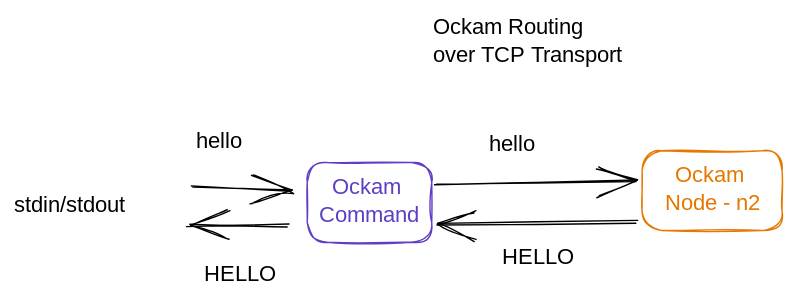
The Excalidraw diagram .gitbook/assets/file.excalidraw.svg in build-trust/ockam-documentation, before a commit. Source tidied: one line per element, renumbered; positions are measured from the earlier drawing's top-left corner, leaving out a move shared by most shapes.
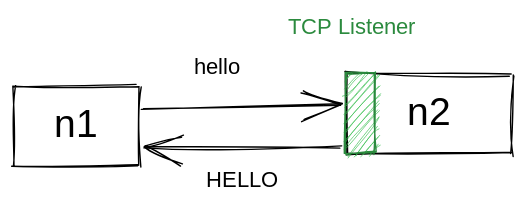
After the commit.

Commit message:
GITBOOK-890: change request with no subject merged in GitBook

What changed in the source:
```diff
@@ -1,14 +1,10 @@
-{"id": 0, "type": "rectangle", "strokeColor": "#5f3dc4", "strokeWidth": 1, "roughness": 1, "round": true, "x": 210, "y": 106, "width": 89, "height": 57}
+{"id": 0, "type": "rectangle", "strokeColor": "#000000", "strokeWidth": 1, "roughness": 1, "x": 211, "y": 107, "width": 89, "height": 57}
-{"id": 1, "type": "text", "text": "Ockam \nCommand", "strokeColor": "#5f3dc4", "strokeWidth": 1, "roughness": 1, "fontSize": 16, "fontFamily": 1, "textAlign": "center", "verticalAlign": "middle", "inside": 0, "x": 220, "y": 114, "width": 69, "height": 40}
+{"id": 1, "type": "text", "text": "n1", "strokeColor": "#000000", "strokeWidth": 1, "roughness": 1, "fontSize": 28, "fontFamily": 1, "textAlign": "center", "verticalAlign": "middle", "inside": 0, "x": 244, "y": 118, "width": 23, "height": 35}
-{"id": 2, "type": "rectangle", "strokeColor": "#e67700", "strokeWidth": 1, "roughness": 1, "round": true, "x": 449, "y": 98, "width": 100, "height": 57}
+{"id": 2, "type": "rectangle", "strokeColor": "#000000", "strokeWidth": 1, "roughness": 1, "x": 449, "y": 98, "width": 118, "height": 57}
-{"id": 3, "type": "text", "text": "Ockam \nNode - n2", "strokeColor": "#e67700", "strokeWidth": 1, "roughness": 1, "fontSize": 16, "fontFamily": 1, "textAlign": "center", "verticalAlign": "middle", "inside": 2, "x": 459, "y": 106, "width": 80, "height": 40}
+{"id": 3, "type": "text", "text": "n2", "strokeColor": "#000000", "strokeWidth": 1, "roughness": 1, "fontSize": 28, "fontFamily": 1, "textAlign": "center", "verticalAlign": "middle", "inside": 2, "x": 490, "y": 109, "width": 35, "height": 35}
-{"id": 4, "type": "arrow", "strokeColor": "#000000", "strokeWidth": 1, "roughness": 1, "endArrowhead": "arrow", "round": true, "to": 0, "x": 127, "y": 123, "width": 72, "height": 4, "points": [[0, 0], [72, 4]]}
-{"id": 5, "type": "arrow", "strokeColor": "#000000", "strokeWidth": 1, "roughness": 1, "endArrowhead": "arrow", "round": true, "from": 0, "to": 2, "x": 302, "y": 121, "width": 144, "height": 2, "points": [[0, 0], [144, -2]]}
+{"id": 5, "type": "arrow", "strokeColor": "#000000", "strokeWidth": 1, "roughness": 1, "endArrowhead": "arrow", "round": true, "from": 0, "to": 2, "x": 303, "y": 122, "width": 143, "height": 2, "points": [[0, 0], [143, -2]]}
-{"id": 6, "type": "arrow", "strokeColor": "#000000", "strokeWidth": 1, "roughness": 1, "endArrowhead": "arrow", "round": true, "from": 2, "to": 0, "x": 445, "y": 148, "width": 144, "height": 2, "points": [[0, 0], [-144, 2]]}
+{"id": 6, "type": "arrow", "strokeColor": "#000000", "strokeWidth": 1, "roughness": 1, "endArrowhead": "arrow", "from": 2, "to": 0, "x": 445, "y": 149, "width": 142, "height": 2, "points": [[0, 0], [-142, 2]]}
-{"id": 7, "type": "arrow", "strokeColor": "#000000", "strokeWidth": 1, "roughness": 1, "endArrowhead": "arrow", "round": true, "from": 0, "x": 196, "y": 151, "width": 72, "height": 0, "points": [[0, 0], [-72, 0]]}
-{"id": 8, "type": "text", "text": "hello", "strokeColor": "#000000", "strokeWidth": 1, "roughness": 1, "fontSize": 16, "fontFamily": 1, "x": 130, "y": 82, "width": 36, "height": 20}
 {"id": 9, "type": "text", "text": "hello", "strokeColor": "#000000", "strokeWidth": 1, "roughness": 1, "fontSize": 16, "fontFamily": 1, "x": 340, "y": 84, "width": 36, "height": 20}
 {"id": 10, "type": "text", "text": "HELLO", "strokeColor": "#000000", "strokeWidth": 1, "roughness": 1, "fontSize": 16, "fontFamily": 1, "x": 349, "y": 165, "width": 52, "height": 20}
-{"id": 11, "type": "text", "text": "HELLO", "strokeColor": "#000000", "strokeWidth": 1, "roughness": 1, "fontSize": 16, "fontFamily": 1, "x": 136, "y": 177, "width": 52, "height": 20}
-{"id": 12, "type": "text", "text": "Ockam Routing\nover TCP Transport", "strokeColor": "#000000", "strokeWidth": 1, "roughness": 1, "fontSize": 16, "fontFamily": 1, "x": 300, "y": 0, "width": 164, "height": 40}
+{"id": 12, "type": "text", "text": "TCP Listener", "strokeColor": "#2b8a3e", "strokeWidth": 1, "roughness": 1, "fontSize": 16, "fontFamily": 1, "x": 407, "y": 55, "width": 106, "height": 20}
-{"id": 13, "type": "text", "text": "stdin/stdout", "strokeColor": "#000000", "strokeWidth": 1, "roughness": 1, "fontSize": 16, "fontFamily": 1, "x": 0, "y": 128, "width": 102, "height": 20}
+{"id": 14, "type": "rectangle", "strokeColor": "#2b8a3e", "backgroundColor": "#40c057", "fillStyle": "hachure", "strokeWidth": 1, "roughness": 1, "x": 448, "y": 96, "width": 21, "height": 58}
```
